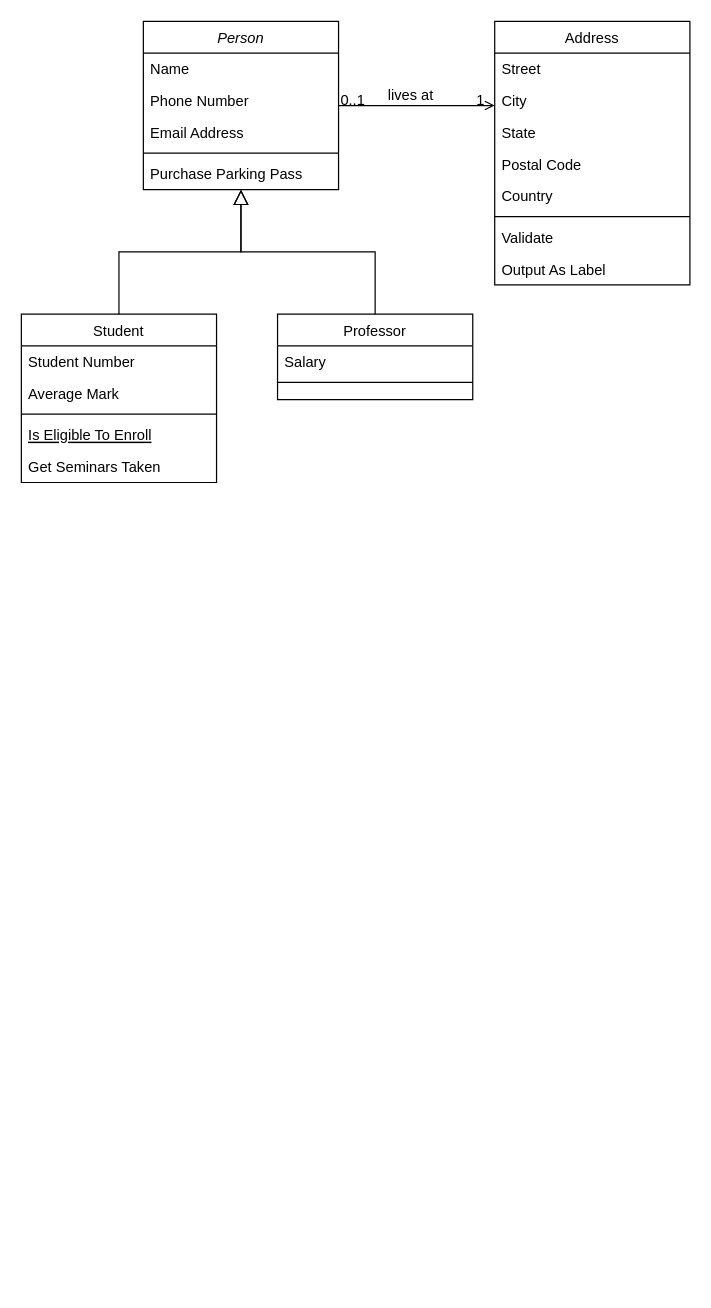
Above: Untitled Diagram.drawio in Aryan-d13/C-Programs (draw.io), before the change. Source tidied: cells renumbered, new cells numbered last; positions are measured from the earlier drawing's top-left corner, leaving out a move shared by most shapes. Both pictures are drawn from the tidied source at 122%, with x=0, y=0 at pixel (21, 21).
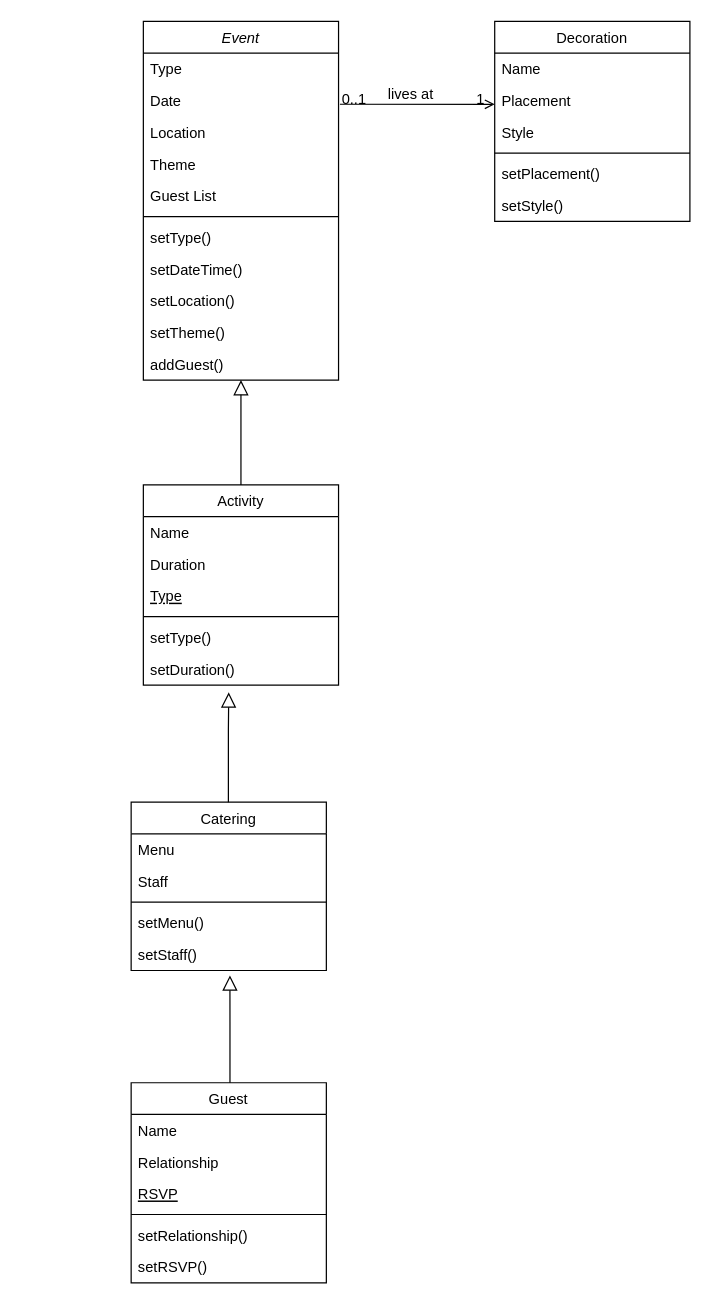
The same page after the edit.

Change to the diagram source:
```diff
@@
-    <mxCell id="2" value="Person" style="swimlane;fontStyle=2;align=center;verticalAlign=top;horizontal=1;startSize=26;rounded=0;shadow=0;strokeWidth=1;" parent="1" vertex="1">
-      <mxGeometry x="100" width="160" height="138" as="geometry" />
+    <mxCell id="2" value="Event" style="swimlane;fontStyle=2;align=center;verticalAlign=top;horizontal=1;startSize=26;rounded=0;shadow=0;strokeWidth=1;" parent="1" vertex="1">
+      <mxGeometry x="100" width="160" height="294" as="geometry" />
     </mxCell>
-    <mxCell id="3" value="Name" style="text;align=left;verticalAlign=top;spacingLeft=4;spacingRight=4;overflow=hidden;" parent="2" vertex="1">
+    <mxCell id="3" value="Type" style="text;align=left;verticalAlign=top;spacingLeft=4;spacingRight=4;overflow=hidden;" parent="2" vertex="1">
       <mxGeometry y="26" width="160" height="26" as="geometry" />
     </mxCell>
-    <mxCell id="4" value="Phone Number" style="text;align=left;verticalAlign=top;spacingLeft=4;spacingRight=4;overflow=hidden;points=[[0,0.5],[1,0.5]];portConstraint=eastwest;rounded=0;shadow=0;html=0;" parent="2" vertex="1">
+    <mxCell id="4" value="Date" style="text;align=left;verticalAlign=top;spacingLeft=4;spacingRight=4;overflow=hidden;points=[[0,0.5],[1,0.5]];portConstraint=eastwest;rounded=0;shadow=0;html=0;" parent="2" vertex="1">
       <mxGeometry y="52" width="160" height="26" as="geometry" />
     </mxCell>
-    <mxCell id="5" value="Email Address" style="text;align=left;verticalAlign=top;spacingLeft=4;spacingRight=4;overflow=hidden;rounded=0;shadow=0;html=0;" parent="2" vertex="1">
+    <mxCell id="5" value="Location" style="text;align=left;verticalAlign=top;spacingLeft=4;spacingRight=4;overflow=hidden;rounded=0;shadow=0;html=0;" parent="2" vertex="1">
       <mxGeometry y="78" width="160" height="26" as="geometry" />
     </mxCell>
+    <mxCell id="7" value="Theme" style="text;align=left;verticalAlign=top;spacingLeft=4;spacingRight=4;overflow=hidden;" parent="2" vertex="1">
+      <mxGeometry y="104" width="160" height="26" as="geometry" />
+    </mxCell>
+    <mxCell id="32" value="Guest List" style="text;align=left;verticalAlign=top;spacingLeft=4;spacingRight=4;overflow=hidden;rounded=0;shadow=0;html=0;" parent="2" vertex="1">
+      <mxGeometry y="130" width="160" height="26" as="geometry" />
+    </mxCell>
     <mxCell id="6" style="line;html=1;strokeWidth=1;align=left;verticalAlign=middle;spacingTop=-1;spacingLeft=3;spacingRight=3;labelPosition=right;" parent="2" vertex="1">
-      <mxGeometry y="104" width="160" height="8" as="geometry" />
+      <mxGeometry y="156" width="160" height="8" as="geometry" />
     </mxCell>
-    <mxCell id="7" value="Purchase Parking Pass" style="text;align=left;verticalAlign=top;spacingLeft=4;spacingRight=4;overflow=hidden;" parent="2" vertex="1">
-      <mxGeometry y="112" width="160" height="26" as="geometry" />
-    </mxCell>
+    <mxCell id="33" value="setType()" style="text;align=left;verticalAlign=top;spacingLeft=4;spacingRight=4;overflow=hidden;rounded=0;shadow=0;html=0;" parent="2" vertex="1">
+      <mxGeometry y="164" width="160" height="26" as="geometry" />
+    </mxCell>
+    <mxCell id="34" value="setDateTime()" style="text;align=left;verticalAlign=top;spacingLeft=4;spacingRight=4;overflow=hidden;rounded=0;shadow=0;html=0;" parent="2" vertex="1">
+      <mxGeometry y="190" width="160" height="26" as="geometry" />
+    </mxCell>
+    <mxCell id="35" value="setLocation()" style="text;align=left;verticalAlign=top;spacingLeft=4;spacingRight=4;overflow=hidden;rounded=0;shadow=0;html=0;" parent="2" vertex="1">
+      <mxGeometry y="216" width="160" height="26" as="geometry" />
+    </mxCell>
+    <mxCell id="36" value="setTheme()" style="text;align=left;verticalAlign=top;spacingLeft=4;spacingRight=4;overflow=hidden;rounded=0;shadow=0;html=0;" parent="2" vertex="1">
+      <mxGeometry y="242" width="160" height="26" as="geometry" />
+    </mxCell>
+    <mxCell id="37" value="addGuest()" style="text;align=left;verticalAlign=top;spacingLeft=4;spacingRight=4;overflow=hidden;rounded=0;shadow=0;html=0;" parent="2" vertex="1">
+      <mxGeometry y="268" width="160" height="26" as="geometry" />
+    </mxCell>
-    <mxCell id="8" value="Student" style="swimlane;fontStyle=0;align=center;verticalAlign=top;horizontal=1;startSize=26;rounded=0;shadow=0;strokeWidth=1;" parent="1" vertex="1">
-      <mxGeometry y="240" width="160" height="138" as="geometry" />
+    <mxCell id="8" value="Activity" style="swimlane;fontStyle=0;align=center;verticalAlign=top;horizontal=1;startSize=26;rounded=0;shadow=0;strokeWidth=1;" parent="1" vertex="1">
+      <mxGeometry x="100" y="380" width="160" height="164" as="geometry" />
     </mxCell>
-    <mxCell id="9" value="Student Number" style="text;align=left;verticalAlign=top;spacingLeft=4;spacingRight=4;overflow=hidden;" parent="8" vertex="1">
+    <mxCell id="9" value="Name" style="text;align=left;verticalAlign=top;spacingLeft=4;spacingRight=4;overflow=hidden;" parent="8" vertex="1">
       <mxGeometry y="26" width="160" height="26" as="geometry" />
     </mxCell>
-    <mxCell id="10" value="Average Mark" style="text;align=left;verticalAlign=top;spacingLeft=4;spacingRight=4;overflow=hidden;rounded=0;shadow=0;html=0;" parent="8" vertex="1">
+    <mxCell id="10" value="Duration" style="text;align=left;verticalAlign=top;spacingLeft=4;spacingRight=4;overflow=hidden;rounded=0;shadow=0;html=0;" parent="8" vertex="1">
       <mxGeometry y="52" width="160" height="26" as="geometry" />
     </mxCell>
+    <mxCell id="12" value="Type" style="text;align=left;verticalAlign=top;spacingLeft=4;spacingRight=4;overflow=hidden;fontStyle=4;" parent="8" vertex="1">
+      <mxGeometry y="78" width="160" height="26" as="geometry" />
+    </mxCell>
     <mxCell id="11" style="line;html=1;strokeWidth=1;align=left;verticalAlign=middle;spacingTop=-1;spacingLeft=3;spacingRight=3;labelPosition=right;" parent="8" vertex="1">
-      <mxGeometry y="78" width="160" height="8" as="geometry" />
+      <mxGeometry y="104" width="160" height="8" as="geometry" />
     </mxCell>
-    <mxCell id="12" value="Is Eligible To Enroll" style="text;align=left;verticalAlign=top;spacingLeft=4;spacingRight=4;overflow=hidden;fontStyle=4;" parent="8" vertex="1">
-      <mxGeometry y="86" width="160" height="26" as="geometry" />
-    </mxCell>
-    <mxCell id="13" value="Get Seminars Taken" style="text;align=left;verticalAlign=top;spacingLeft=4;spacingRight=4;overflow=hidden;" parent="8" vertex="1">
+    <mxCell id="13" value="setType()" style="text;align=left;verticalAlign=top;spacingLeft=4;spacingRight=4;overflow=hidden;" parent="8" vertex="1">
       <mxGeometry y="112" width="160" height="26" as="geometry" />
     </mxCell>
+    <mxCell id="38" value="setDuration()" style="text;align=left;verticalAlign=top;spacingLeft=4;spacingRight=4;overflow=hidden;rounded=0;shadow=0;html=0;" parent="8" vertex="1">
+      <mxGeometry y="138" width="160" height="26" as="geometry" />
+    </mxCell>
@@
-    <mxCell id="15" value="Professor" style="swimlane;fontStyle=0;align=center;verticalAlign=top;horizontal=1;startSize=26;rounded=0;shadow=0;strokeWidth=1;" parent="1" vertex="1">
-      <mxGeometry x="210" y="240" width="160" height="70" as="geometry" />
+    <mxCell id="15" value="Catering" style="swimlane;fontStyle=0;align=center;verticalAlign=top;horizontal=1;startSize=26;rounded=0;shadow=0;strokeWidth=1;" parent="1" vertex="1">
+      <mxGeometry x="90" y="640" width="160" height="138" as="geometry" />
     </mxCell>
-    <mxCell id="16" value="Salary" style="text;align=left;verticalAlign=top;spacingLeft=4;spacingRight=4;overflow=hidden;" parent="15" vertex="1">
+    <mxCell id="16" value="Menu" style="text;align=left;verticalAlign=top;spacingLeft=4;spacingRight=4;overflow=hidden;" parent="15" vertex="1">
       <mxGeometry y="26" width="160" height="26" as="geometry" />
     </mxCell>
+    <mxCell id="39" value="Staff" style="text;align=left;verticalAlign=top;spacingLeft=4;spacingRight=4;overflow=hidden;" parent="15" vertex="1">
+      <mxGeometry y="52" width="160" height="26" as="geometry" />
+    </mxCell>
     <mxCell id="17" style="line;html=1;strokeWidth=1;align=left;verticalAlign=middle;spacingTop=-1;spacingLeft=3;spacingRight=3;labelPosition=right;" parent="15" vertex="1">
-      <mxGeometry y="52" width="160" height="8" as="geometry" />
+      <mxGeometry y="78" width="160" height="8" as="geometry" />
     </mxCell>
-    <mxCell id="18" style="endArrow=block;endSize=10;endFill=0;shadow=0;strokeWidth=1;rounded=0;edgeStyle=elbowEdgeStyle;elbow=vertical;" parent="1" edge="1" source="15" target="2">
-      <mxGeometry relative="1" as="geometry" />
-    </mxCell>
+    <mxCell id="40" value="setMenu()" style="text;align=left;verticalAlign=top;spacingLeft=4;spacingRight=4;overflow=hidden;" parent="15" vertex="1">
+      <mxGeometry y="86" width="160" height="26" as="geometry" />
+    </mxCell>
+    <mxCell id="41" value="setStaff()" style="text;align=left;verticalAlign=top;spacingLeft=4;spacingRight=4;overflow=hidden;points=[[0,0.5],[1,0.5]];portConstraint=eastwest;" parent="15" vertex="1">
+      <mxGeometry y="112" width="160" height="26" as="geometry" />
+    </mxCell>
-    <mxCell id="19" value="Address" style="swimlane;fontStyle=0;align=center;verticalAlign=top;horizontal=1;startSize=26;rounded=0;shadow=0;strokeWidth=1;" parent="1" vertex="1">
-      <mxGeometry x="388" width="160" height="216" as="geometry" />
+    <mxCell id="19" value="Decoration" style="swimlane;fontStyle=0;align=center;verticalAlign=top;horizontal=1;startSize=26;rounded=0;shadow=0;strokeWidth=1;" parent="1" vertex="1">
+      <mxGeometry x="388" width="160" height="164" as="geometry" />
     </mxCell>
-    <mxCell id="20" value="Street" style="text;align=left;verticalAlign=top;spacingLeft=4;spacingRight=4;overflow=hidden;" parent="19" vertex="1">
+    <mxCell id="20" value="Name" style="text;align=left;verticalAlign=top;spacingLeft=4;spacingRight=4;overflow=hidden;" parent="19" vertex="1">
       <mxGeometry y="26" width="160" height="26" as="geometry" />
     </mxCell>
-    <mxCell id="21" value="City" style="text;align=left;verticalAlign=top;spacingLeft=4;spacingRight=4;overflow=hidden;rounded=0;shadow=0;html=0;" parent="19" vertex="1">
+    <mxCell id="21" value="Placement" style="text;align=left;verticalAlign=top;spacingLeft=4;spacingRight=4;overflow=hidden;rounded=0;shadow=0;html=0;" parent="19" vertex="1">
       <mxGeometry y="52" width="160" height="26" as="geometry" />
     </mxCell>
-    <mxCell id="22" value="State" style="text;align=left;verticalAlign=top;spacingLeft=4;spacingRight=4;overflow=hidden;rounded=0;shadow=0;html=0;" parent="19" vertex="1">
+    <mxCell id="22" value="Style" style="text;align=left;verticalAlign=top;spacingLeft=4;spacingRight=4;overflow=hidden;rounded=0;shadow=0;html=0;" parent="19" vertex="1">
       <mxGeometry y="78" width="160" height="26" as="geometry" />
     </mxCell>
-    <mxCell id="23" value="Postal Code" style="text;align=left;verticalAlign=top;spacingLeft=4;spacingRight=4;overflow=hidden;rounded=0;shadow=0;html=0;" parent="19" vertex="1">
-      <mxGeometry y="104" width="160" height="26" as="geometry" />
-    </mxCell>
-    <mxCell id="24" value="Country" style="text;align=left;verticalAlign=top;spacingLeft=4;spacingRight=4;overflow=hidden;rounded=0;shadow=0;html=0;" parent="19" vertex="1">
-      <mxGeometry y="130" width="160" height="26" as="geometry" />
-    </mxCell>
     <mxCell id="25" style="line;html=1;strokeWidth=1;align=left;verticalAlign=middle;spacingTop=-1;spacingLeft=3;spacingRight=3;labelPosition=right;" parent="19" vertex="1">
-      <mxGeometry y="156" width="160" height="8" as="geometry" />
+      <mxGeometry y="104" width="160" height="8" as="geometry" />
     </mxCell>
-    <mxCell id="26" value="Validate" style="text;align=left;verticalAlign=top;spacingLeft=4;spacingRight=4;overflow=hidden;" parent="19" vertex="1">
-      <mxGeometry y="164" width="160" height="26" as="geometry" />
+    <mxCell id="26" value="setPlacement()" style="text;align=left;verticalAlign=top;spacingLeft=4;spacingRight=4;overflow=hidden;" parent="19" vertex="1">
+      <mxGeometry y="112" width="160" height="26" as="geometry" />
     </mxCell>
-    <mxCell id="27" value="Output As Label" style="text;align=left;verticalAlign=top;spacingLeft=4;spacingRight=4;overflow=hidden;" parent="19" vertex="1">
-      <mxGeometry y="190" width="160" height="26" as="geometry" />
+    <mxCell id="27" value="setStyle()" style="text;align=left;verticalAlign=top;spacingLeft=4;spacingRight=4;overflow=hidden;" parent="19" vertex="1">
+      <mxGeometry y="138" width="160" height="26" as="geometry" />
     </mxCell>
-    <mxCell id="28" style="endArrow=open;shadow=0;strokeWidth=1;rounded=0;endFill=1;edgeStyle=elbowEdgeStyle;elbow=vertical;" parent="1" edge="1" source="2" target="19">
+    <mxCell id="28" style="endArrow=open;shadow=0;strokeWidth=1;rounded=0;endFill=1;edgeStyle=elbowEdgeStyle;elbow=vertical;exitX=1.007;exitY=0.613;exitDx=0;exitDy=0;exitPerimeter=0;" parent="1" edge="1" source="4" target="19">
       <mxGeometry x="0.5" y="41" relative="1" as="geometry">
         <mxPoint x="-40" y="32" as="offset" />
       </mxGeometry>
     </mxCell>
@@
+    <mxCell id="42" value="Guest" style="swimlane;fontStyle=0;align=center;verticalAlign=top;horizontal=1;startSize=26;rounded=0;shadow=0;strokeWidth=1;" parent="1" vertex="1">
+      <mxGeometry x="90" y="870" width="160" height="164" as="geometry" />
+    </mxCell>
+    <mxCell id="43" value="Name" style="text;align=left;verticalAlign=top;spacingLeft=4;spacingRight=4;overflow=hidden;" parent="42" vertex="1">
+      <mxGeometry y="26" width="160" height="26" as="geometry" />
+    </mxCell>
+    <mxCell id="44" value="Relationship" style="text;align=left;verticalAlign=top;spacingLeft=4;spacingRight=4;overflow=hidden;rounded=0;shadow=0;html=0;" parent="42" vertex="1">
+      <mxGeometry y="52" width="160" height="26" as="geometry" />
+    </mxCell>
+    <mxCell id="45" value="RSVP" style="text;align=left;verticalAlign=top;spacingLeft=4;spacingRight=4;overflow=hidden;fontStyle=4;" parent="42" vertex="1">
+      <mxGeometry y="78" width="160" height="26" as="geometry" />
+    </mxCell>
+    <mxCell id="46" style="line;html=1;strokeWidth=1;align=left;verticalAlign=middle;spacingTop=-1;spacingLeft=3;spacingRight=3;labelPosition=right;" parent="42" vertex="1">
+      <mxGeometry y="104" width="160" height="8" as="geometry" />
+    </mxCell>
+    <mxCell id="47" value="setRelationship()" style="text;align=left;verticalAlign=top;spacingLeft=4;spacingRight=4;overflow=hidden;" parent="42" vertex="1">
+      <mxGeometry y="112" width="160" height="26" as="geometry" />
+    </mxCell>
+    <mxCell id="48" value="setRSVP()" style="text;align=left;verticalAlign=top;spacingLeft=4;spacingRight=4;overflow=hidden;" parent="42" vertex="1">
+      <mxGeometry y="138" width="160" height="26" as="geometry" />
+    </mxCell>
+    <mxCell id="49" style="endArrow=block;endSize=10;endFill=0;shadow=0;strokeWidth=1;rounded=0;edgeStyle=elbowEdgeStyle;elbow=vertical;entryX=0.506;entryY=1.154;entryDx=0;entryDy=0;entryPerimeter=0;" parent="1" edge="1" target="41">
+      <mxGeometry relative="1" as="geometry">
+        <mxPoint x="171" y="870" as="sourcePoint" />
+        <Array as="points">
+          <mxPoint x="180" y="820" />
+        </Array>
+      </mxGeometry>
+    </mxCell>
+    <mxCell id="50" style="endArrow=block;endSize=10;endFill=0;shadow=0;strokeWidth=1;rounded=0;edgeStyle=elbowEdgeStyle;elbow=vertical;exitX=0.5;exitY=0;exitDx=0;exitDy=0;" parent="1" edge="1">
+      <mxGeometry relative="1" as="geometry">
+        <mxPoint x="169.7" y="640" as="sourcePoint" />
+        <mxPoint x="170" y="550" as="targetPoint" />
+        <Array as="points">
+          <mxPoint x="159.7" y="580" />
+        </Array>
+      </mxGeometry>
+    </mxCell>
```
